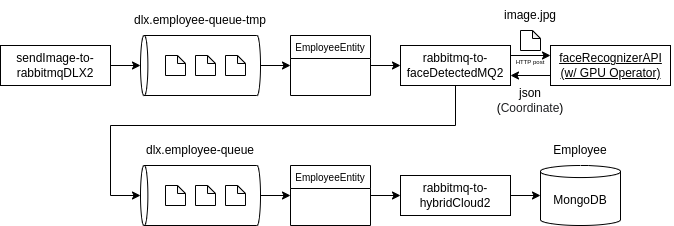
Before: rabbitMQ_KEDA_Csharp2/rabbitMQ.drawio.png, a diagram exported from draw.io (developer-onizuka/Diagrams). Source tidied: cells renumbered, new cells last; positions are measured from the earlier drawing's top-left corner, leaving out a move shared by most shapes.
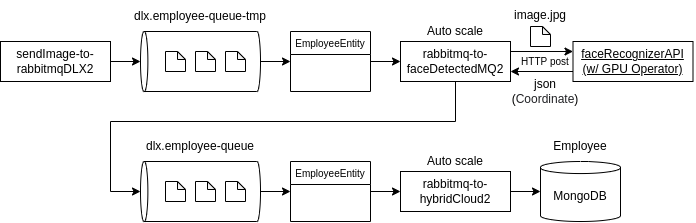
The same diagram one commit later.

The edit, as a diff of the source:
```diff
@@ -6,7 +6,7 @@
       <mxGeometry relative="1" as="geometry" />
     </mxCell>
     <mxCell id="3" style="rounded=0;whiteSpace=wrap;html=1;" parent="1" vertex="1">
-      <mxGeometry x="550" y="45" width="120" height="40" as="geometry" />
+      <mxGeometry x="572.5" y="45" width="120" height="40" as="geometry" />
     </mxCell>
     <mxCell id="4" style="edgeStyle=orthogonalEdgeStyle;rounded=0;jettySize=auto;html=1;exitX=1;exitY=0.5;exitDx=0;exitDy=0;entryX=0.5;entryY=0;entryDx=0;entryDy=0;entryPerimeter=0;" parent="1" edge="1" source="5" target="7">
       <mxGeometry relative="1" as="geometry" />
@@ -107,19 +107,25 @@
       <mxGeometry x="290" y="165" width="80" height="60" as="geometry" />
     </mxCell>
     <mxCell id="33" value="&lt;u&gt;faceRecognizerAPI&lt;br&gt;(w/ GPU Operator)&lt;br&gt;&lt;/u&gt;" style="text;html=1;strokeColor=none;fillColor=none;align=center;verticalAlign=middle;whiteSpace=wrap;rounded=0;" parent="1" vertex="1">
-      <mxGeometry x="547.5" y="33.8" width="125" height="62.5" as="geometry" />
+      <mxGeometry x="570" y="33.8" width="125" height="62.5" as="geometry" />
     </mxCell>
     <mxCell id="34" style="shape=note;whiteSpace=wrap;html=1;backgroundOutline=1;darkOpacity=0.05;size=8;" parent="1" vertex="1">
-      <mxGeometry x="520" y="30" width="20" height="20" as="geometry" />
+      <mxGeometry x="530" y="30" width="20" height="20" as="geometry" />
     </mxCell>
     <mxCell id="35" value="image.jpg" style="text;html=1;strokeColor=none;fillColor=none;align=center;verticalAlign=middle;whiteSpace=wrap;rounded=0;fontSize=12;fontColor=#000000;" parent="1" vertex="1">
-      <mxGeometry x="490" width="80" height="30" as="geometry" />
+      <mxGeometry x="500" y="3.8" width="80" height="30" as="geometry" />
     </mxCell>
     <mxCell id="36" value="json&lt;br&gt;&lt;font style=&quot;font-size: 12px;&quot;&gt;(&lt;span style=&quot;color: rgb(32, 33, 36); font-family: inherit; text-align: left; background-color: initial;&quot;&gt;Coordinate&lt;/span&gt;&lt;span style=&quot;background-color: initial;&quot;&gt;)&lt;/span&gt;&lt;/font&gt;" style="text;html=1;strokeColor=none;fillColor=none;align=center;verticalAlign=middle;whiteSpace=wrap;rounded=0;fontSize=12;fontColor=#000000;" parent="1" vertex="1">
-      <mxGeometry x="490" y="85" width="80" height="30" as="geometry" />
+      <mxGeometry x="505" y="80" width="80" height="30" as="geometry" />
     </mxCell>
-    <mxCell id="37" value="&lt;font style=&quot;font-size: 6px;&quot;&gt;HTTP post&lt;/font&gt;" style="text;html=1;strokeColor=none;fillColor=none;align=center;verticalAlign=middle;whiteSpace=wrap;rounded=0;fontSize=12;fontColor=#000000;" parent="1" vertex="1">
-      <mxGeometry x="490" y="45" width="80" height="30" as="geometry" />
+    <mxCell id="37" value="&lt;font style=&quot;font-size: 10px;&quot;&gt;HTTP post&lt;/font&gt;" style="text;html=1;strokeColor=none;fillColor=none;align=center;verticalAlign=middle;whiteSpace=wrap;rounded=0;fontSize=12;fontColor=#000000;" parent="1" vertex="1">
+      <mxGeometry x="505" y="50" width="80" height="30" as="geometry" />
     </mxCell>
+    <mxCell id="38" value="Auto scale" style="text;html=1;strokeColor=none;fillColor=none;align=center;verticalAlign=middle;whiteSpace=wrap;rounded=0;fontSize=12;fontColor=#000000;" parent="1" vertex="1">
+      <mxGeometry x="415" y="20" width="80" height="30" as="geometry" />
+    </mxCell>
+    <mxCell id="39" value="Auto scale" style="text;html=1;strokeColor=none;fillColor=none;align=center;verticalAlign=middle;whiteSpace=wrap;rounded=0;fontSize=12;fontColor=#000000;" parent="1" vertex="1">
+      <mxGeometry x="415" y="150" width="80" height="30" as="geometry" />
+    </mxCell>
   </root>
 </mxGraphModel>
```
